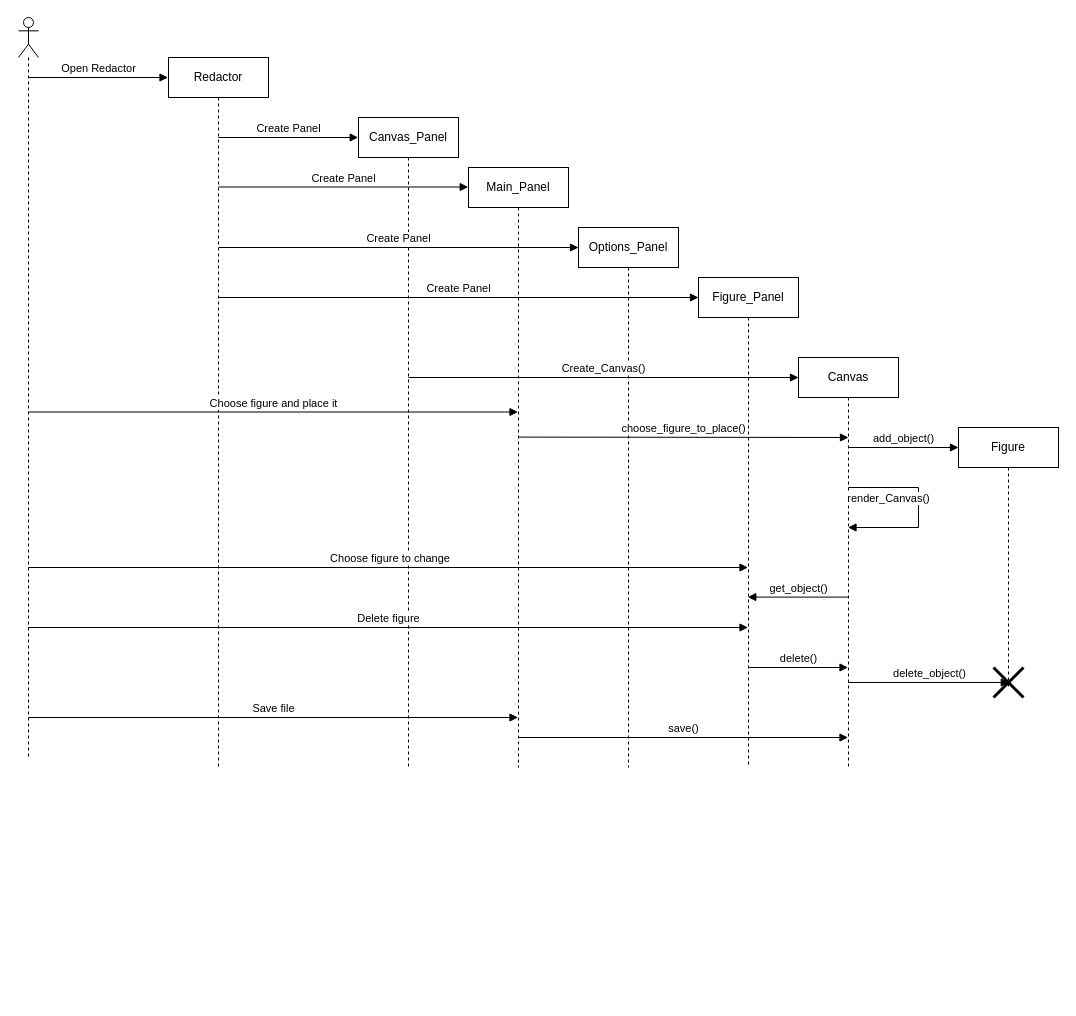
Before: Sequance.drawio in MstislavRomanovski/ProgramIngeneering, a draw.io diagram. Source tidied: cells renumbered, new cells numbered last; positions are measured from the earlier drawing's top-left corner, leaving out a move shared by most shapes. Both pictures are drawn from the tidied source at 100%, with x=0, y=0 at pixel (18, 17).
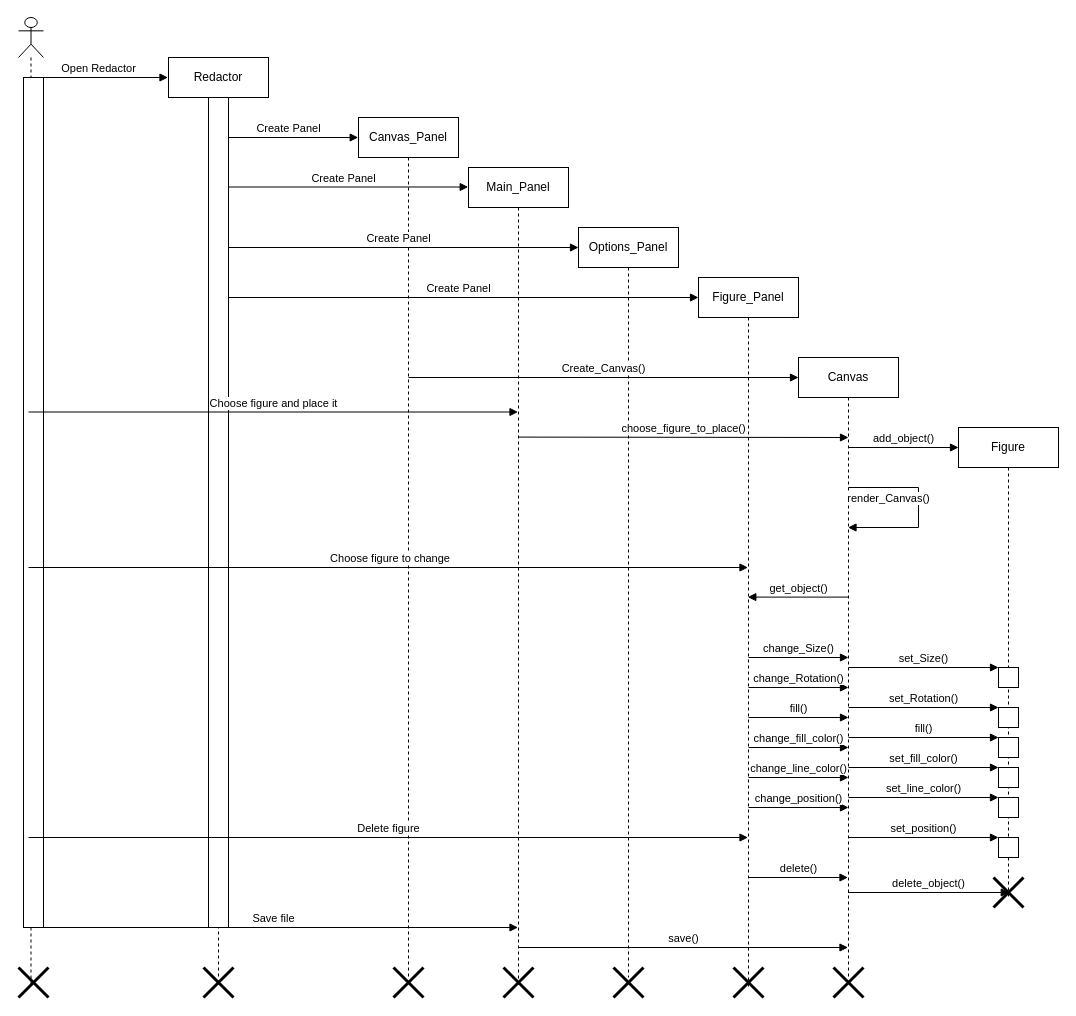
The same page after the edit.

Change to the diagram source:
```diff
@@
     <mxCell id="2" value="Redactor" style="shape=umlLifeline;perimeter=lifelinePerimeter;whiteSpace=wrap;html=1;newEdgeStyle={&quot;edgeStyle&quot;:&quot;elbowEdgeStyle&quot;,&quot;elbow&quot;:&quot;vertical&quot;,&quot;curved&quot;:0,&quot;rounded&quot;:0};" parent="1" vertex="1">
-      <mxGeometry x="150" y="40" width="100" height="710" as="geometry" />
+      <mxGeometry x="150" y="40" width="100" height="920" as="geometry" />
     </mxCell>
     <mxCell id="3" value="Canvas_Panel" style="shape=umlLifeline;perimeter=lifelinePerimeter;whiteSpace=wrap;html=1;newEdgeStyle={&quot;edgeStyle&quot;:&quot;elbowEdgeStyle&quot;,&quot;elbow&quot;:&quot;vertical&quot;,&quot;curved&quot;:0,&quot;rounded&quot;:0};" parent="1" vertex="1">
-      <mxGeometry x="340" y="100" width="100" height="650" as="geometry" />
+      <mxGeometry x="340" y="100" width="100" height="860" as="geometry" />
     </mxCell>
     <mxCell id="4" value="Main_Panel" style="shape=umlLifeline;perimeter=lifelinePerimeter;whiteSpace=wrap;html=1;newEdgeStyle={&quot;edgeStyle&quot;:&quot;elbowEdgeStyle&quot;,&quot;elbow&quot;:&quot;vertical&quot;,&quot;curved&quot;:0,&quot;rounded&quot;:0};" parent="1" vertex="1">
-      <mxGeometry x="450" y="150" width="100" height="600" as="geometry" />
+      <mxGeometry x="450" y="150" width="100" height="820" as="geometry" />
     </mxCell>
     <mxCell id="5" value="Options_Panel" style="shape=umlLifeline;perimeter=lifelinePerimeter;whiteSpace=wrap;html=1;newEdgeStyle={&quot;edgeStyle&quot;:&quot;elbowEdgeStyle&quot;,&quot;elbow&quot;:&quot;vertical&quot;,&quot;curved&quot;:0,&quot;rounded&quot;:0};" parent="1" vertex="1">
-      <mxGeometry x="560" y="210" width="100" height="540" as="geometry" />
+      <mxGeometry x="560" y="210" width="100" height="750" as="geometry" />
     </mxCell>
     <mxCell id="6" value="Figure_Panel" style="shape=umlLifeline;perimeter=lifelinePerimeter;whiteSpace=wrap;html=1;newEdgeStyle={&quot;edgeStyle&quot;:&quot;elbowEdgeStyle&quot;,&quot;elbow&quot;:&quot;vertical&quot;,&quot;curved&quot;:0,&quot;rounded&quot;:0};" parent="1" vertex="1">
-      <mxGeometry x="680" y="260" width="100" height="490" as="geometry" />
+      <mxGeometry x="680" y="260" width="100" height="710" as="geometry" />
     </mxCell>
     <mxCell id="7" value="Canvas" style="shape=umlLifeline;perimeter=lifelinePerimeter;whiteSpace=wrap;html=1;outlineConnect=0;portConstraint=eastwest;newEdgeStyle={&quot;edgeStyle&quot;:&quot;elbowEdgeStyle&quot;,&quot;elbow&quot;:&quot;vertical&quot;,&quot;curved&quot;:0,&quot;rounded&quot;:0};" parent="1" vertex="1">
-      <mxGeometry x="780" y="340" width="100" height="410" as="geometry" />
+      <mxGeometry x="780" y="340" width="100" height="620" as="geometry" />
     </mxCell>
     <mxCell id="8" value="Figure" style="shape=umlLifeline;perimeter=lifelinePerimeter;whiteSpace=wrap;html=1;newEdgeStyle={&quot;edgeStyle&quot;:&quot;elbowEdgeStyle&quot;,&quot;elbow&quot;:&quot;vertical&quot;,&quot;curved&quot;:0,&quot;rounded&quot;:0};" parent="1" vertex="1">
-      <mxGeometry x="940" y="410" width="100" height="260" as="geometry" />
+      <mxGeometry x="940" y="410" width="100" height="470" as="geometry" />
     </mxCell>
     <mxCell id="9" style="shape=umlDestroy;whiteSpace=wrap;html=1;strokeWidth=3;targetShapes=umlLifeline;" parent="8" vertex="1">
-      <mxGeometry x="35" y="240" width="30" height="30" as="geometry" />
+      <mxGeometry x="35" y="450" width="30" height="30" as="geometry" />
     </mxCell>
     <mxCell id="10" style="shape=umlLifeline;perimeter=lifelinePerimeter;whiteSpace=wrap;html=1;newEdgeStyle={&quot;curved&quot;:0,&quot;rounded&quot;:0};participant=umlActor;" parent="1" vertex="1">
-      <mxGeometry width="20" height="740" as="geometry" />
+      <mxGeometry width="25" height="970" as="geometry" />
     </mxCell>
@@
-    <mxCell id="19" value="Choose figure and place it" style="html=1;verticalAlign=bottom;endArrow=block;curved=0;rounded=0;" parent="1" edge="1">
-      <mxGeometry relative="1" as="geometry">
-        <mxPoint x="10" y="394.5" as="sourcePoint" />
-        <mxPoint x="499.5" y="394.5" as="targetPoint" />
-      </mxGeometry>
-    </mxCell>
     <mxCell id="20" value="Save file" style="html=1;verticalAlign=bottom;endArrow=block;curved=0;rounded=0;" parent="1" edge="1">
       <mxGeometry relative="1" as="geometry">
-        <mxPoint x="10" y="700" as="sourcePoint" />
-        <mxPoint x="499.5" y="700" as="targetPoint" />
+        <mxPoint x="10" y="910" as="sourcePoint" />
+        <mxPoint x="499.5" y="910" as="targetPoint" />
       </mxGeometry>
     </mxCell>
     <mxCell id="21" value="save()" style="html=1;verticalAlign=bottom;endArrow=block;curved=0;rounded=0;" parent="1" edge="1">
       <mxGeometry relative="1" as="geometry">
-        <mxPoint x="500" y="720" as="sourcePoint" />
-        <mxPoint x="829.5" y="720" as="targetPoint" />
+        <mxPoint x="500" y="930" as="sourcePoint" />
+        <mxPoint x="829.5" y="930" as="targetPoint" />
       </mxGeometry>
     </mxCell>
@@
-    <mxCell id="23" value="Delete figure" style="html=1;verticalAlign=bottom;endArrow=block;curved=0;rounded=0;" parent="1" edge="1">
-      <mxGeometry relative="1" as="geometry">
-        <mxPoint x="10" y="610" as="sourcePoint" />
-        <mxPoint x="729.5" y="610" as="targetPoint" />
-      </mxGeometry>
-    </mxCell>
-    <mxCell id="24" value="delete_object()" style="html=1;verticalAlign=bottom;endArrow=block;curved=0;rounded=0;entryX=0.526;entryY=0.499;entryDx=0;entryDy=0;entryPerimeter=0;" parent="1" edge="1" source="7" target="9">
-      <mxGeometry relative="1" as="geometry" />
+    <mxCell id="24" value="delete_object()" style="html=1;verticalAlign=bottom;endArrow=block;curved=0;rounded=0;entryX=0.526;entryY=0.499;entryDx=0;entryDy=0;entryPerimeter=0;" parent="1" edge="1" target="9">
+      <mxGeometry relative="1" as="geometry">
+        <mxPoint x="829.5" y="875" as="sourcePoint" />
+      </mxGeometry>
     </mxCell>
     <mxCell id="25" value="delete()" style="html=1;verticalAlign=bottom;endArrow=block;curved=0;rounded=0;" parent="1" edge="1">
       <mxGeometry relative="1" as="geometry">
-        <mxPoint x="730" y="650" as="sourcePoint" />
-        <mxPoint x="829.5" y="650" as="targetPoint" />
+        <mxPoint x="730" y="860" as="sourcePoint" />
+        <mxPoint x="829.5" y="860" as="targetPoint" />
       </mxGeometry>
     </mxCell>
@@
+    <mxCell id="28" value="change_Size()" style="html=1;verticalAlign=bottom;endArrow=block;curved=0;rounded=0;" parent="1" edge="1">
+      <mxGeometry relative="1" as="geometry">
+        <mxPoint x="730" y="640" as="sourcePoint" />
+        <mxPoint x="830" y="640" as="targetPoint" />
+      </mxGeometry>
+    </mxCell>
+    <mxCell id="29" value="change_Rotation()" style="html=1;verticalAlign=bottom;endArrow=block;curved=0;rounded=0;" parent="1" edge="1">
+      <mxGeometry relative="1" as="geometry">
+        <mxPoint x="730" y="670" as="sourcePoint" />
+        <mxPoint x="830" y="670" as="targetPoint" />
+      </mxGeometry>
+    </mxCell>
+    <mxCell id="30" value="fill()" style="html=1;verticalAlign=bottom;endArrow=block;curved=0;rounded=0;" parent="1" edge="1">
+      <mxGeometry relative="1" as="geometry">
+        <mxPoint x="730" y="700" as="sourcePoint" />
+        <mxPoint x="830" y="700" as="targetPoint" />
+      </mxGeometry>
+    </mxCell>
+    <mxCell id="31" value="change_fill_color()" style="html=1;verticalAlign=bottom;endArrow=block;curved=0;rounded=0;" parent="1" edge="1">
+      <mxGeometry relative="1" as="geometry">
+        <mxPoint x="730" y="730" as="sourcePoint" />
+        <mxPoint x="830" y="730" as="targetPoint" />
+      </mxGeometry>
+    </mxCell>
+    <mxCell id="32" value="change_line_color()" style="html=1;verticalAlign=bottom;endArrow=block;curved=0;rounded=0;" parent="1" edge="1">
+      <mxGeometry relative="1" as="geometry">
+        <mxPoint x="730" y="760" as="sourcePoint" />
+        <mxPoint x="830" y="760" as="targetPoint" />
+      </mxGeometry>
+    </mxCell>
+    <mxCell id="33" value="change_position()" style="html=1;verticalAlign=bottom;endArrow=block;curved=0;rounded=0;" parent="1" edge="1">
+      <mxGeometry relative="1" as="geometry">
+        <mxPoint x="730" y="790" as="sourcePoint" />
+        <mxPoint x="830" y="790" as="targetPoint" />
+      </mxGeometry>
+    </mxCell>
+    <mxCell id="34" value="set_Size()" style="html=1;verticalAlign=bottom;endArrow=block;curved=0;rounded=0;entryX=0;entryY=0;entryDx=0;entryDy=0;" parent="1" edge="1" target="47">
+      <mxGeometry relative="1" as="geometry">
+        <mxPoint x="830" y="650" as="sourcePoint" />
+      </mxGeometry>
+    </mxCell>
+    <mxCell id="35" value="set_Rotation()" style="html=1;verticalAlign=bottom;endArrow=block;curved=0;rounded=0;entryX=0;entryY=0;entryDx=0;entryDy=0;" parent="1" edge="1" target="48">
+      <mxGeometry relative="1" as="geometry">
+        <mxPoint x="830" y="690" as="sourcePoint" />
+      </mxGeometry>
+    </mxCell>
+    <mxCell id="36" value="fill()" style="html=1;verticalAlign=bottom;endArrow=block;curved=0;rounded=0;entryX=0;entryY=0;entryDx=0;entryDy=0;" parent="1" edge="1" target="49">
+      <mxGeometry relative="1" as="geometry">
+        <mxPoint x="830" y="720" as="sourcePoint" />
+      </mxGeometry>
+    </mxCell>
+    <mxCell id="37" value="set_fill_color()" style="html=1;verticalAlign=bottom;endArrow=block;curved=0;rounded=0;entryX=0;entryY=0;entryDx=0;entryDy=0;" parent="1" edge="1" target="50">
+      <mxGeometry relative="1" as="geometry">
+        <mxPoint x="830" y="750" as="sourcePoint" />
+      </mxGeometry>
+    </mxCell>
+    <mxCell id="38" value="set_line_color()" style="html=1;verticalAlign=bottom;endArrow=block;curved=0;rounded=0;entryX=0;entryY=0;entryDx=0;entryDy=0;" parent="1" edge="1" target="51">
+      <mxGeometry relative="1" as="geometry">
+        <mxPoint x="830" y="780" as="sourcePoint" />
+      </mxGeometry>
+    </mxCell>
+    <mxCell id="39" value="set_position()" style="html=1;verticalAlign=bottom;endArrow=block;curved=0;rounded=0;entryX=0;entryY=0;entryDx=0;entryDy=0;" parent="1" edge="1" target="52">
+      <mxGeometry relative="1" as="geometry">
+        <mxPoint x="830" y="820" as="sourcePoint" />
+      </mxGeometry>
+    </mxCell>
+    <mxCell id="40" style="shape=umlDestroy;whiteSpace=wrap;html=1;strokeWidth=3;targetShapes=umlLifeline;" parent="1" vertex="1">
+      <mxGeometry x="815" y="950" width="30" height="30" as="geometry" />
+    </mxCell>
+    <mxCell id="41" style="shape=umlDestroy;whiteSpace=wrap;html=1;strokeWidth=3;targetShapes=umlLifeline;" parent="1" vertex="1">
+      <mxGeometry x="715" y="950" width="30" height="30" as="geometry" />
+    </mxCell>
+    <mxCell id="42" style="shape=umlDestroy;whiteSpace=wrap;html=1;strokeWidth=3;targetShapes=umlLifeline;" parent="1" vertex="1">
+      <mxGeometry x="595" y="950" width="30" height="30" as="geometry" />
+    </mxCell>
+    <mxCell id="43" style="shape=umlDestroy;whiteSpace=wrap;html=1;strokeWidth=3;targetShapes=umlLifeline;" parent="1" vertex="1">
+      <mxGeometry x="485" y="950" width="30" height="30" as="geometry" />
+    </mxCell>
+    <mxCell id="44" style="shape=umlDestroy;whiteSpace=wrap;html=1;strokeWidth=3;targetShapes=umlLifeline;" parent="1" vertex="1">
+      <mxGeometry x="375" y="950" width="30" height="30" as="geometry" />
+    </mxCell>
+    <mxCell id="45" style="shape=umlDestroy;whiteSpace=wrap;html=1;strokeWidth=3;targetShapes=umlLifeline;" parent="1" vertex="1">
+      <mxGeometry x="185" y="950" width="30" height="30" as="geometry" />
+    </mxCell>
+    <mxCell id="46" style="shape=umlDestroy;whiteSpace=wrap;html=1;strokeWidth=3;targetShapes=umlLifeline;" parent="1" vertex="1">
+      <mxGeometry y="950" width="30" height="30" as="geometry" />
+    </mxCell>
+    <mxCell id="47" style="rounded=0;whiteSpace=wrap;html=1;" parent="1" vertex="1">
+      <mxGeometry x="980" y="650" width="20" height="20" as="geometry" />
+    </mxCell>
+    <mxCell id="48" style="rounded=0;whiteSpace=wrap;html=1;" parent="1" vertex="1">
+      <mxGeometry x="980" y="690" width="20" height="20" as="geometry" />
+    </mxCell>
+    <mxCell id="49" style="rounded=0;whiteSpace=wrap;html=1;" parent="1" vertex="1">
+      <mxGeometry x="980" y="720" width="20" height="20" as="geometry" />
+    </mxCell>
+    <mxCell id="50" style="rounded=0;whiteSpace=wrap;html=1;" parent="1" vertex="1">
+      <mxGeometry x="980" y="750" width="20" height="20" as="geometry" />
+    </mxCell>
+    <mxCell id="51" style="rounded=0;whiteSpace=wrap;html=1;" parent="1" vertex="1">
+      <mxGeometry x="980" y="780" width="20" height="20" as="geometry" />
+    </mxCell>
+    <mxCell id="52" style="rounded=0;whiteSpace=wrap;html=1;" parent="1" vertex="1">
+      <mxGeometry x="980" y="820" width="20" height="20" as="geometry" />
+    </mxCell>
+    <mxCell id="53" style="rounded=0;whiteSpace=wrap;html=1;" parent="1" vertex="1">
+      <mxGeometry x="5" y="60" width="20" height="850" as="geometry" />
+    </mxCell>
+    <mxCell id="54" style="rounded=0;whiteSpace=wrap;html=1;" parent="1" vertex="1">
+      <mxGeometry x="190" y="80" width="20" height="830" as="geometry" />
+    </mxCell>
+    <mxCell id="23" value="Delete figure" style="html=1;verticalAlign=bottom;endArrow=block;curved=0;rounded=0;" parent="1" edge="1">
+      <mxGeometry relative="1" as="geometry">
+        <mxPoint x="10" y="820" as="sourcePoint" />
+        <mxPoint x="729.5" y="820" as="targetPoint" />
+      </mxGeometry>
+    </mxCell>
@@
+    <mxCell id="19" value="Choose figure and place it" style="html=1;verticalAlign=bottom;endArrow=block;curved=0;rounded=0;" parent="1" edge="1">
+      <mxGeometry relative="1" as="geometry">
+        <mxPoint x="10" y="394.5" as="sourcePoint" />
+        <mxPoint x="499.5" y="394.5" as="targetPoint" />
+      </mxGeometry>
+    </mxCell>
```
